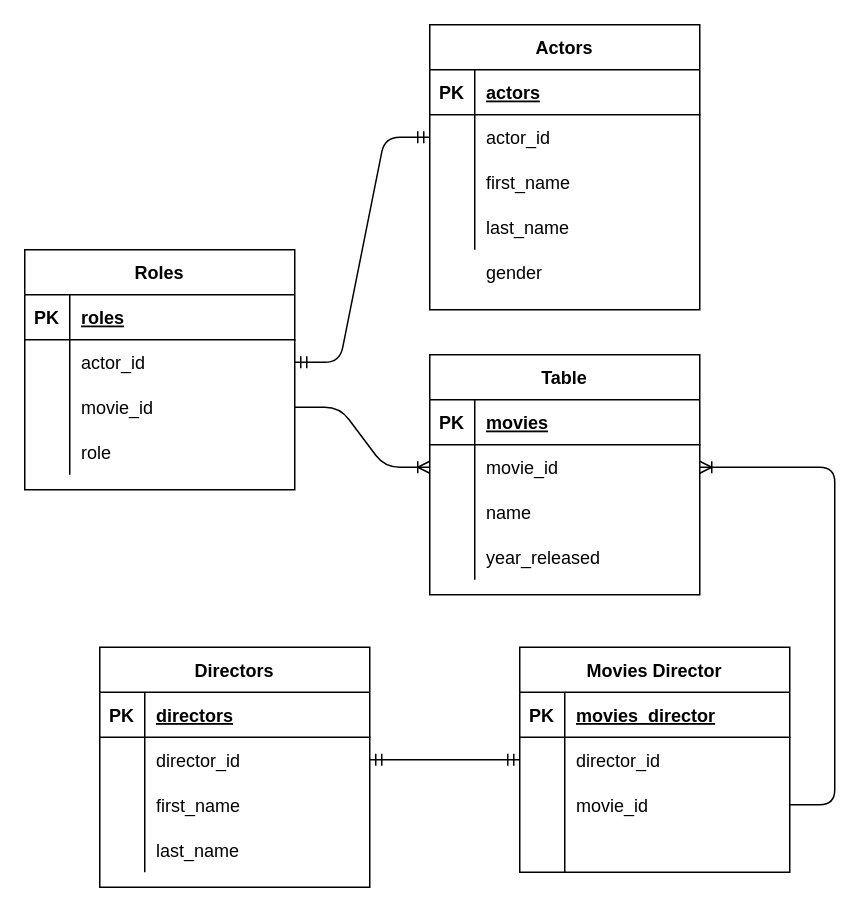
Before: week2/2_1_database_edr.drawio in taylor-m/class_notebooks, a draw.io diagram. Source tidied: cells renumbered, new cells numbered last; positions are measured from the earlier drawing's top-left corner, leaving out a move shared by most shapes. Both pictures are drawn from the tidied source at 150%, with x=0, y=0 at pixel (24, 24).
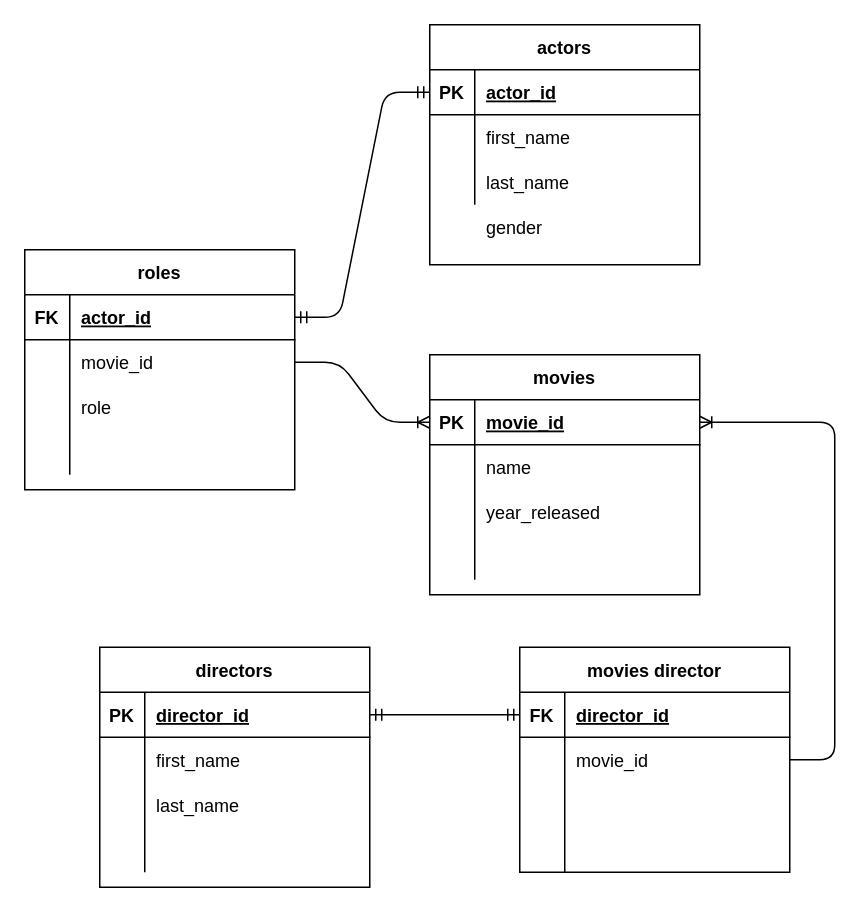
The same page after the edit.

Unchanged cells that the change refers to:
```xml
<mxCell id="2" style="group;" parent="1" vertex="1">
  <mxGeometry x="270" width="180" height="190" as="geometry" />
</mxCell>
<mxCell id="4" style="shape=partialRectangle;fillColor=none;top=0;left=0;bottom=1;right=0;points=[[0,0.5],[1,0.5]];portConstraint=eastwest;" parent="3" vertex="1">
  <mxGeometry y="30" width="180" height="30" as="geometry" />
</mxCell>
<mxCell id="18" style="shape=partialRectangle;fillColor=none;top=0;left=0;bottom=1;right=0;points=[[0,0.5],[1,0.5]];portConstraint=eastwest;" parent="17" vertex="1">
  <mxGeometry y="30" width="180" height="30" as="geometry" />
</mxCell>
<mxCell id="21" style="shape=partialRectangle;fillColor=none;top=0;left=0;bottom=0;right=0;points=[[0,0.5],[1,0.5]];portConstraint=eastwest;" parent="17" vertex="1">
  <mxGeometry y="60" width="180" height="30" as="geometry" />
</mxCell>
<mxCell id="24" style="shape=partialRectangle;fillColor=none;top=0;left=0;bottom=0;right=0;" parent="17" vertex="1">
  <mxGeometry y="90" width="180" height="30" as="geometry" />
</mxCell>
<mxCell id="27" style="shape=partialRectangle;fillColor=none;top=0;left=0;bottom=0;right=0;" parent="17" vertex="1">
  <mxGeometry y="120" width="180" height="30" as="geometry" />
</mxCell>
<mxCell id="31" style="shape=partialRectangle;fillColor=none;top=0;left=0;bottom=1;right=0;points=[[0,0.5],[1,0.5]];portConstraint=eastwest;" parent="30" vertex="1">
  <mxGeometry y="30" width="180" height="30" as="geometry" />
</mxCell>
<mxCell id="34" style="shape=partialRectangle;fillColor=none;top=0;left=0;bottom=0;right=0;points=[[0,0.5],[1,0.5]];portConstraint=eastwest;" parent="30" vertex="1">
  <mxGeometry y="60" width="180" height="30" as="geometry" />
</mxCell>
<mxCell id="37" style="shape=partialRectangle;fillColor=none;top=0;left=0;bottom=0;right=0;" parent="30" vertex="1">
  <mxGeometry y="90" width="180" height="30" as="geometry" />
</mxCell>
<mxCell id="40" style="shape=partialRectangle;fillColor=none;top=0;left=0;bottom=0;right=0;" parent="30" vertex="1">
  <mxGeometry y="120" width="180" height="30" as="geometry" />
</mxCell>
<mxCell id="45" style="shape=partialRectangle;fillColor=none;top=0;left=0;bottom=1;right=0;points=[[0,0.5],[1,0.5]];portConstraint=eastwest;" parent="44" vertex="1">
  <mxGeometry y="30" width="180" height="30" as="geometry" />
</mxCell>
<mxCell id="48" style="shape=partialRectangle;fillColor=none;top=0;left=0;bottom=0;right=0;points=[[0,0.5],[1,0.5]];portConstraint=eastwest;" parent="44" vertex="1">
  <mxGeometry y="60" width="180" height="30" as="geometry" />
</mxCell>
<mxCell id="51" style="shape=partialRectangle;fillColor=none;top=0;left=0;bottom=0;right=0;points=[[0,0.5],[1,0.5]];portConstraint=eastwest;" parent="44" vertex="1">
  <mxGeometry y="90" width="180" height="30" as="geometry" />
</mxCell>
<mxCell id="54" style="shape=partialRectangle;fillColor=none;top=0;left=0;bottom=0;right=0;" parent="44" vertex="1">
  <mxGeometry y="120" width="180" height="30" as="geometry" />
</mxCell>
<mxCell id="59" style="shape=partialRectangle;fillColor=none;top=0;left=0;bottom=1;right=0;points=[[0,0.5],[1,0.5]];portConstraint=eastwest;" parent="58" vertex="1">
  <mxGeometry y="30" width="180" height="30" as="geometry" />
</mxCell>
<mxCell id="62" style="shape=partialRectangle;fillColor=none;top=0;left=0;bottom=0;right=0;points=[[0,0.5],[1,0.5]];portConstraint=eastwest;" parent="58" vertex="1">
  <mxGeometry y="60" width="180" height="30" as="geometry" />
</mxCell>
<mxCell id="65" style="shape=partialRectangle;fillColor=none;top=0;left=0;bottom=0;right=0;points=[[0,0.5],[1,0.5]];portConstraint=eastwest;" parent="58" vertex="1">
  <mxGeometry y="90" width="180" height="30" as="geometry" />
</mxCell>
```

Diff of the diagram source:
```diff
@@
-    <mxCell id="3" value="Actors" style="shape=table;startSize=30;childLayout=tableLayout;rowLines=0;fontStyle=1;align=center;" parent="2" vertex="1">
-      <mxGeometry width="180" height="190" as="geometry" />
+    <mxCell id="3" value="actors" style="shape=table;startSize=30;childLayout=tableLayout;rowLines=0;fontStyle=1;align=center;" parent="2" vertex="1">
+      <mxGeometry width="180" height="160" as="geometry" />
     </mxCell>
@@
-    <mxCell id="6" value="actors" style="shape=partialRectangle;fillColor=none;top=0;left=0;bottom=0;right=0;align=left;spacingLeft=6;fontStyle=5;overflow=hidden;" parent="4" vertex="1">
+    <mxCell id="6" value="actor_id" style="shape=partialRectangle;fillColor=none;top=0;left=0;bottom=0;right=0;align=left;spacingLeft=6;fontStyle=5;overflow=hidden;" parent="4" vertex="1">
       <mxGeometry x="30" width="150" height="30" as="geometry" />
     </mxCell>
-    <mxCell id="7" style="shape=partialRectangle;fillColor=none;top=0;left=0;bottom=0;right=0;points=[[0,0.5],[1,0.5]];portConstraint=eastwest;" parent="3" vertex="1">
-      <mxGeometry y="60" width="180" height="30" as="geometry" />
-    </mxCell>
-    <mxCell id="8" style="shape=partialRectangle;fillColor=none;top=0;left=0;bottom=0;right=0;overflow=hidden;" parent="7" vertex="1">
-      <mxGeometry width="30" height="30" as="geometry" />
-    </mxCell>
-    <mxCell id="9" value="actor_id" style="shape=partialRectangle;fillColor=none;top=0;left=0;bottom=0;right=0;align=left;spacingLeft=6;overflow=hidden;" parent="7" vertex="1">
-      <mxGeometry x="30" width="150" height="30" as="geometry" />
-    </mxCell>
     <mxCell id="10" style="shape=partialRectangle;fillColor=none;top=0;left=0;bottom=0;right=0;" parent="3" vertex="1">
-      <mxGeometry y="90" width="180" height="30" as="geometry" />
+      <mxGeometry y="60" width="180" height="30" as="geometry" />
     </mxCell>
@@
     <mxCell id="13" style="shape=partialRectangle;fillColor=none;top=0;left=0;bottom=0;right=0;" parent="3" vertex="1">
-      <mxGeometry y="120" width="180" height="30" as="geometry" />
+      <mxGeometry y="90" width="180" height="30" as="geometry" />
     </mxCell>
@@
     <mxCell id="16" value="gender" style="shape=partialRectangle;fillColor=none;top=0;left=0;bottom=0;right=0;align=left;spacingLeft=6;overflow=hidden;" parent="2" vertex="1">
-      <mxGeometry x="30" y="150" width="150" height="30" as="geometry" />
+      <mxGeometry x="30" y="120" width="150" height="30" as="geometry" />
     </mxCell>
-    <mxCell id="17" value="Directors" style="shape=table;startSize=30;childLayout=tableLayout;rowLines=0;fontStyle=1;align=center;" parent="1" vertex="1">
+    <mxCell id="17" value="directors" style="shape=table;startSize=30;childLayout=tableLayout;rowLines=0;fontStyle=1;align=center;" parent="1" vertex="1">
       <mxGeometry x="50" y="415" width="180" height="160" as="geometry" />
     </mxCell>
@@
-    <mxCell id="20" value="directors" style="shape=partialRectangle;fillColor=none;top=0;left=0;bottom=0;right=0;align=left;spacingLeft=6;fontStyle=5;overflow=hidden;" parent="18" vertex="1">
+    <mxCell id="20" value="director_id" style="shape=partialRectangle;fillColor=none;top=0;left=0;bottom=0;right=0;align=left;spacingLeft=6;fontStyle=5;overflow=hidden;" parent="18" vertex="1">
       <mxGeometry x="30" width="150" height="30" as="geometry" />
     </mxCell>
@@
-    <mxCell id="23" value="director_id" style="shape=partialRectangle;fillColor=none;top=0;left=0;bottom=0;right=0;align=left;spacingLeft=6;overflow=hidden;" parent="21" vertex="1">
+    <mxCell id="23" value="first_name" style="shape=partialRectangle;fillColor=none;top=0;left=0;bottom=0;right=0;align=left;spacingLeft=6;overflow=hidden;" parent="21" vertex="1">
       <mxGeometry x="30" width="150" height="30" as="geometry" />
     </mxCell>
@@
-    <mxCell id="26" value="first_name" style="shape=partialRectangle;fillColor=none;top=0;left=0;bottom=0;right=0;align=left;spacingLeft=6;overflow=hidden;" parent="24" vertex="1">
+    <mxCell id="26" value="last_name" style="shape=partialRectangle;fillColor=none;top=0;left=0;bottom=0;right=0;align=left;spacingLeft=6;overflow=hidden;" parent="24" vertex="1">
       <mxGeometry x="30" width="150" height="30" as="geometry" />
     </mxCell>
@@
-    <mxCell id="29" value="last_name" style="shape=partialRectangle;fillColor=none;top=0;left=0;bottom=0;right=0;align=left;spacingLeft=6;overflow=hidden;" parent="27" vertex="1">
+    <mxCell id="29" style="shape=partialRectangle;fillColor=none;top=0;left=0;bottom=0;right=0;align=left;spacingLeft=6;overflow=hidden;" parent="27" vertex="1">
       <mxGeometry x="30" width="150" height="30" as="geometry" />
     </mxCell>
-    <mxCell id="30" value="Table" style="shape=table;startSize=30;childLayout=tableLayout;rowLines=0;fontStyle=1;align=center;" parent="1" vertex="1">
+    <mxCell id="30" value="movies" style="shape=table;startSize=30;childLayout=tableLayout;rowLines=0;fontStyle=1;align=center;" parent="1" vertex="1">
       <mxGeometry x="270" y="220" width="180" height="160" as="geometry" />
     </mxCell>
@@
-    <mxCell id="33" value="movies" style="shape=partialRectangle;fillColor=none;top=0;left=0;bottom=0;right=0;align=left;spacingLeft=6;fontStyle=5;overflow=hidden;" parent="31" vertex="1">
+    <mxCell id="33" value="movie_id" style="shape=partialRectangle;fillColor=none;top=0;left=0;bottom=0;right=0;align=left;spacingLeft=6;fontStyle=5;overflow=hidden;" parent="31" vertex="1">
       <mxGeometry x="30" width="150" height="30" as="geometry" />
     </mxCell>
@@
-    <mxCell id="36" value="movie_id" style="shape=partialRectangle;fillColor=none;top=0;left=0;bottom=0;right=0;align=left;spacingLeft=6;overflow=hidden;" parent="34" vertex="1">
+    <mxCell id="36" value="name" style="shape=partialRectangle;fillColor=none;top=0;left=0;bottom=0;right=0;align=left;spacingLeft=6;overflow=hidden;" parent="34" vertex="1">
       <mxGeometry x="30" width="150" height="30" as="geometry" />
     </mxCell>
@@
-    <mxCell id="39" value="name" style="shape=partialRectangle;fillColor=none;top=0;left=0;bottom=0;right=0;align=left;spacingLeft=6;overflow=hidden;" parent="37" vertex="1">
+    <mxCell id="39" value="year_released" style="shape=partialRectangle;fillColor=none;top=0;left=0;bottom=0;right=0;align=left;spacingLeft=6;overflow=hidden;" parent="37" vertex="1">
       <mxGeometry x="30" width="150" height="30" as="geometry" />
     </mxCell>
@@
-    <mxCell id="42" value="year_released" style="shape=partialRectangle;fillColor=none;top=0;left=0;bottom=0;right=0;align=left;spacingLeft=6;overflow=hidden;" parent="40" vertex="1">
+    <mxCell id="42" style="shape=partialRectangle;fillColor=none;top=0;left=0;bottom=0;right=0;align=left;spacingLeft=6;overflow=hidden;" parent="40" vertex="1">
       <mxGeometry x="30" width="150" height="30" as="geometry" />
     </mxCell>
@@
-    <mxCell id="44" value="Roles" style="shape=table;startSize=30;childLayout=tableLayout;rowLines=0;fontStyle=1;align=center;" parent="1" vertex="1">
+    <mxCell id="44" value="roles" style="shape=table;startSize=30;childLayout=tableLayout;rowLines=0;fontStyle=1;align=center;" parent="1" vertex="1">
       <mxGeometry y="150" width="180" height="160" as="geometry" />
     </mxCell>
@@
-    <mxCell id="46" value="PK" style="shape=partialRectangle;fillColor=none;top=0;left=0;bottom=0;right=0;fontStyle=1;overflow=hidden;" parent="45" vertex="1">
+    <mxCell id="46" value="FK" style="shape=partialRectangle;fillColor=none;top=0;left=0;bottom=0;right=0;fontStyle=1;overflow=hidden;" parent="45" vertex="1">
       <mxGeometry width="30" height="30" as="geometry" />
     </mxCell>
-    <mxCell id="47" value="roles" style="shape=partialRectangle;fillColor=none;top=0;left=0;bottom=0;right=0;align=left;spacingLeft=6;fontStyle=5;overflow=hidden;" parent="45" vertex="1">
+    <mxCell id="47" value="actor_id" style="shape=partialRectangle;fillColor=none;top=0;left=0;bottom=0;right=0;align=left;spacingLeft=6;fontStyle=5;overflow=hidden;" parent="45" vertex="1">
       <mxGeometry x="30" width="150" height="30" as="geometry" />
     </mxCell>
@@
-    <mxCell id="50" value="actor_id" style="shape=partialRectangle;fillColor=none;top=0;left=0;bottom=0;right=0;align=left;spacingLeft=6;overflow=hidden;" parent="48" vertex="1">
+    <mxCell id="50" value="movie_id" style="shape=partialRectangle;fillColor=none;top=0;left=0;bottom=0;right=0;align=left;spacingLeft=6;overflow=hidden;" parent="48" vertex="1">
       <mxGeometry x="30" width="150" height="30" as="geometry" />
     </mxCell>
@@
-    <mxCell id="53" value="movie_id" style="shape=partialRectangle;fillColor=none;top=0;left=0;bottom=0;right=0;align=left;spacingLeft=6;overflow=hidden;" parent="51" vertex="1">
+    <mxCell id="53" value="role" style="shape=partialRectangle;fillColor=none;top=0;left=0;bottom=0;right=0;align=left;spacingLeft=6;overflow=hidden;" parent="51" vertex="1">
       <mxGeometry x="30" width="150" height="30" as="geometry" />
     </mxCell>
@@
-    <mxCell id="56" value="role" style="shape=partialRectangle;fillColor=none;top=0;left=0;bottom=0;right=0;align=left;spacingLeft=6;overflow=hidden;" parent="54" vertex="1">
+    <mxCell id="56" style="shape=partialRectangle;fillColor=none;top=0;left=0;bottom=0;right=0;align=left;spacingLeft=6;overflow=hidden;" parent="54" vertex="1">
       <mxGeometry x="30" width="150" height="30" as="geometry" />
     </mxCell>
-    <mxCell id="57" style="edgeStyle=entityRelationEdgeStyle;fontSize=12;html=1;endArrow=ERmandOne;startArrow=ERmandOne;" parent="1" edge="1" source="48" target="7">
+    <mxCell id="57" style="edgeStyle=entityRelationEdgeStyle;fontSize=12;html=1;endArrow=ERmandOne;startArrow=ERmandOne;entryX=0;entryY=0.5;entryDx=0;entryDy=0;exitX=1;exitY=0.5;exitDx=0;exitDy=0;" parent="1" edge="1" source="45" target="4">
       <mxGeometry relative="1" as="geometry" />
     </mxCell>
-    <mxCell id="58" value="Movies Director" style="shape=table;startSize=30;childLayout=tableLayout;rowLines=0;fontStyle=1;align=center;" parent="1" vertex="1">
+    <mxCell id="58" value="movies director" style="shape=table;startSize=30;childLayout=tableLayout;rowLines=0;fontStyle=1;align=center;" parent="1" vertex="1">
       <mxGeometry x="330" y="415" width="180" height="150" as="geometry" />
     </mxCell>
@@
-    <mxCell id="60" value="PK" style="shape=partialRectangle;fillColor=none;top=0;left=0;bottom=0;right=0;fontStyle=1;overflow=hidden;" parent="59" vertex="1">
+    <mxCell id="60" value="FK" style="shape=partialRectangle;fillColor=none;top=0;left=0;bottom=0;right=0;fontStyle=1;overflow=hidden;" parent="59" vertex="1">
       <mxGeometry width="30" height="30" as="geometry" />
     </mxCell>
-    <mxCell id="61" value="movies_director" style="shape=partialRectangle;fillColor=none;top=0;left=0;bottom=0;right=0;align=left;spacingLeft=6;fontStyle=5;overflow=hidden;" parent="59" vertex="1">
+    <mxCell id="61" value="director_id" style="shape=partialRectangle;fillColor=none;top=0;left=0;bottom=0;right=0;align=left;spacingLeft=6;fontStyle=5;overflow=hidden;" parent="59" vertex="1">
       <mxGeometry x="30" width="150" height="30" as="geometry" />
     </mxCell>
@@
-    <mxCell id="64" value="director_id" style="shape=partialRectangle;fillColor=none;top=0;left=0;bottom=0;right=0;align=left;spacingLeft=6;overflow=hidden;" parent="62" vertex="1">
+    <mxCell id="64" value="movie_id" style="shape=partialRectangle;fillColor=none;top=0;left=0;bottom=0;right=0;align=left;spacingLeft=6;overflow=hidden;" parent="62" vertex="1">
       <mxGeometry x="30" width="150" height="30" as="geometry" />
     </mxCell>
@@
-    <mxCell id="67" value="movie_id" style="shape=partialRectangle;fillColor=none;top=0;left=0;bottom=0;right=0;align=left;spacingLeft=6;overflow=hidden;" parent="65" vertex="1">
+    <mxCell id="67" style="shape=partialRectangle;fillColor=none;top=0;left=0;bottom=0;right=0;align=left;spacingLeft=6;overflow=hidden;" parent="65" vertex="1">
       <mxGeometry x="30" width="150" height="30" as="geometry" />
     </mxCell>
@@
-    <mxCell id="71" style="edgeStyle=entityRelationEdgeStyle;fontSize=12;html=1;endArrow=ERmandOne;startArrow=ERmandOne;" parent="1" edge="1" source="62" target="21">
+    <mxCell id="71" style="edgeStyle=entityRelationEdgeStyle;fontSize=12;html=1;endArrow=ERmandOne;startArrow=ERmandOne;entryX=1;entryY=0.5;entryDx=0;entryDy=0;exitX=0;exitY=0.5;exitDx=0;exitDy=0;" parent="1" edge="1" source="59" target="18">
       <mxGeometry relative="1" as="geometry" />
     </mxCell>
-    <mxCell id="72" style="edgeStyle=entityRelationEdgeStyle;fontSize=12;html=1;endArrow=ERoneToMany;" parent="1" edge="1" source="65" target="34">
-      <mxGeometry relative="1" as="geometry" />
+    <mxCell id="72" style="edgeStyle=entityRelationEdgeStyle;fontSize=12;html=1;endArrow=ERoneToMany;entryX=1;entryY=0.5;entryDx=0;entryDy=0;" parent="1" edge="1" target="31">
+      <mxGeometry relative="1" as="geometry">
+        <mxPoint x="510" y="490" as="sourcePoint" />
+      </mxGeometry>
     </mxCell>
-    <mxCell id="73" style="edgeStyle=entityRelationEdgeStyle;fontSize=12;html=1;endArrow=ERoneToMany;" parent="1" edge="1" source="51" target="34">
+    <mxCell id="73" style="edgeStyle=entityRelationEdgeStyle;fontSize=12;html=1;endArrow=ERoneToMany;exitX=1;exitY=0.5;exitDx=0;exitDy=0;entryX=0;entryY=0.5;entryDx=0;entryDy=0;" parent="1" edge="1" source="48" target="31">
       <mxGeometry relative="1" as="geometry" />
     </mxCell>
```
